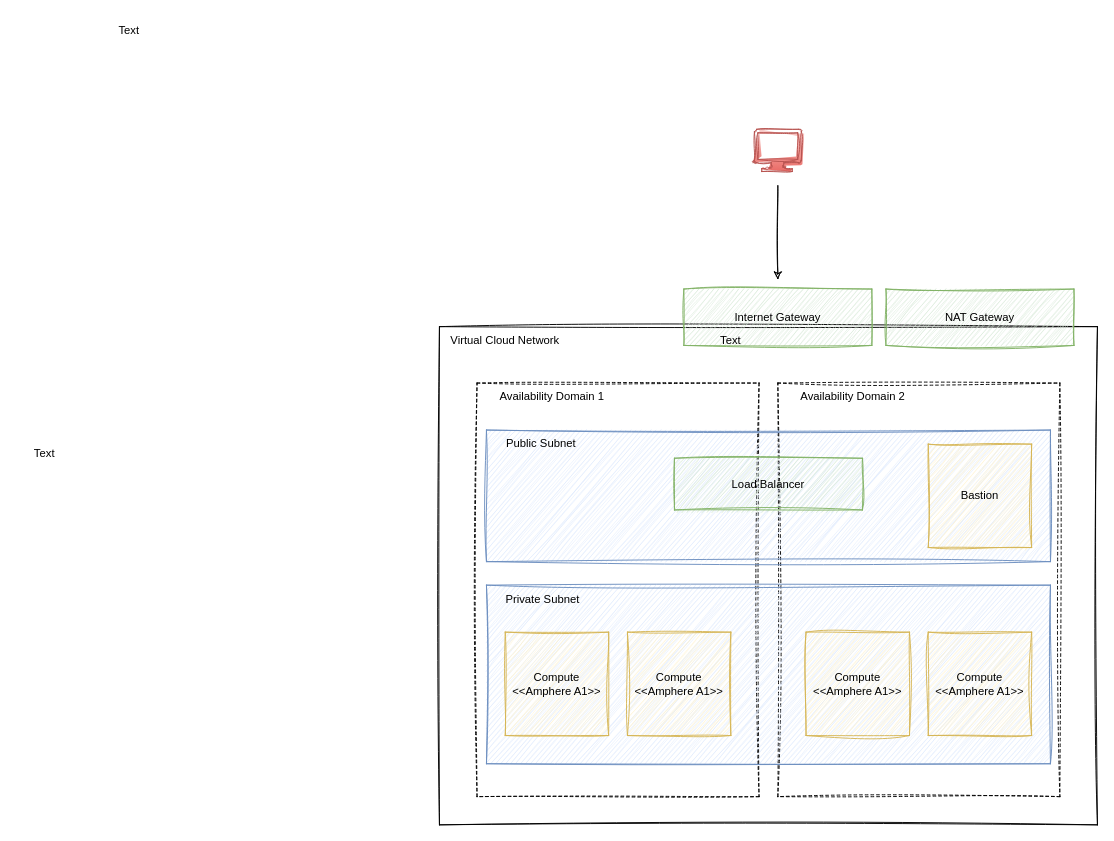
Above: documentation/diagrams/OCI-Cloud-Architecture.drawio in dafywinf/k3s-oci-deployment (draw.io), before the change. Source tidied: cells renumbered, new cells numbered last; positions are measured from the earlier drawing's top-left corner, leaving out a move shared by most shapes. Both pictures are drawn from the tidied source at 94%, with x=0, y=0 at pixel (16, 16).
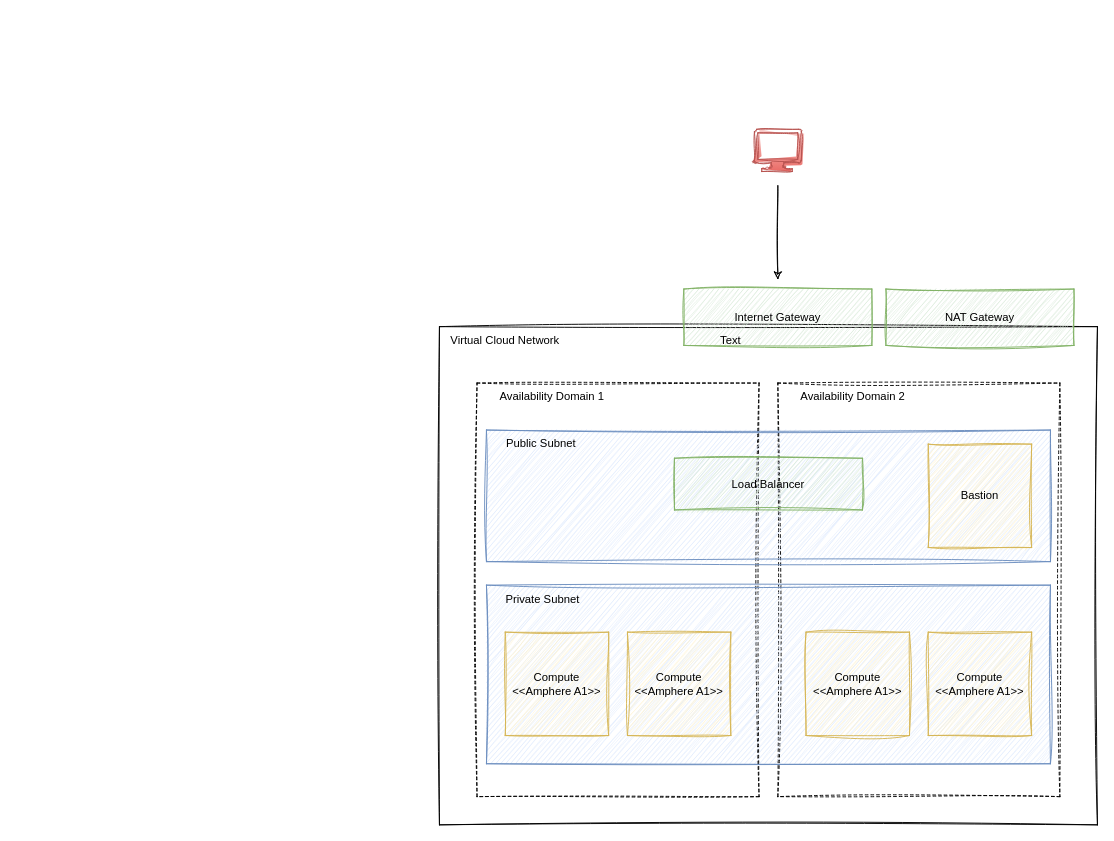
Above is the later version.

Commit message:
Removed dark mode background.

What changed in the source:
```diff
@@
-<mxGraphModel>
+<mxGraphModel background="#FFFFFF">
@@
-    <mxCell id="22" value="Text" style="text;strokeColor=none;align=center;fillColor=none;html=1;verticalAlign=middle;whiteSpace=wrap;rounded=0;" parent="1" vertex="1">
-      <mxGeometry y="450" width="60" height="30" as="geometry" />
-    </mxCell>
@@
-    <mxCell id="24" value="Text" style="text;strokeColor=none;align=center;fillColor=none;html=1;verticalAlign=middle;whiteSpace=wrap;rounded=0;" parent="1" vertex="1">
-      <mxGeometry x="90" width="60" height="30" as="geometry" />
-    </mxCell>
```
